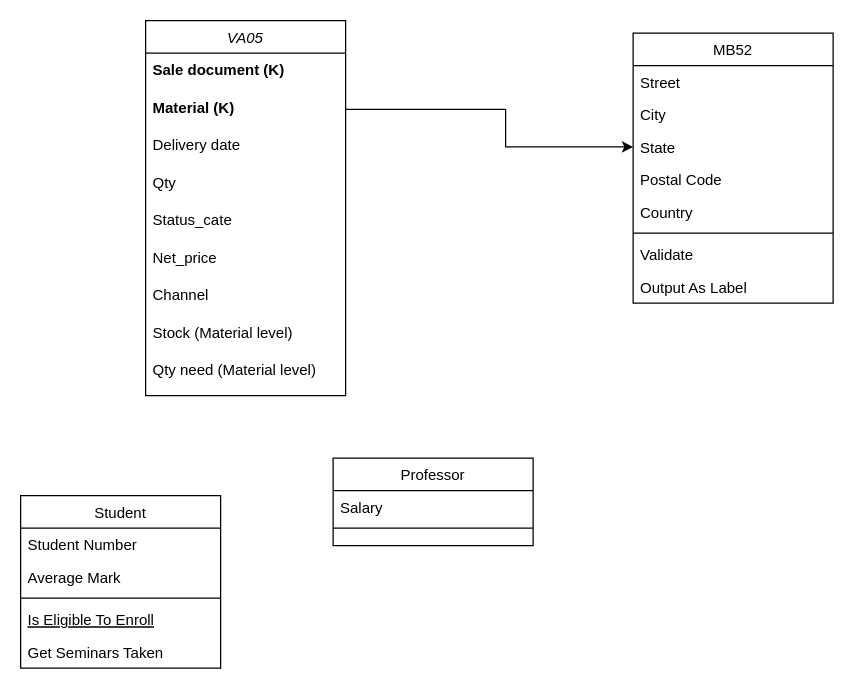
This is PowerBI/Fill Rate/Fillrate database relation.drawio from basic-produce/Data_Port, a draw.io file, before an edit. Source tidied: cells renumbered, new cells numbered last; positions are measured from the earlier drawing's top-left corner, leaving out a move shared by most shapes. Both pictures are drawn from the tidied source at 125%, with x=0, y=0 at pixel (20, 20).
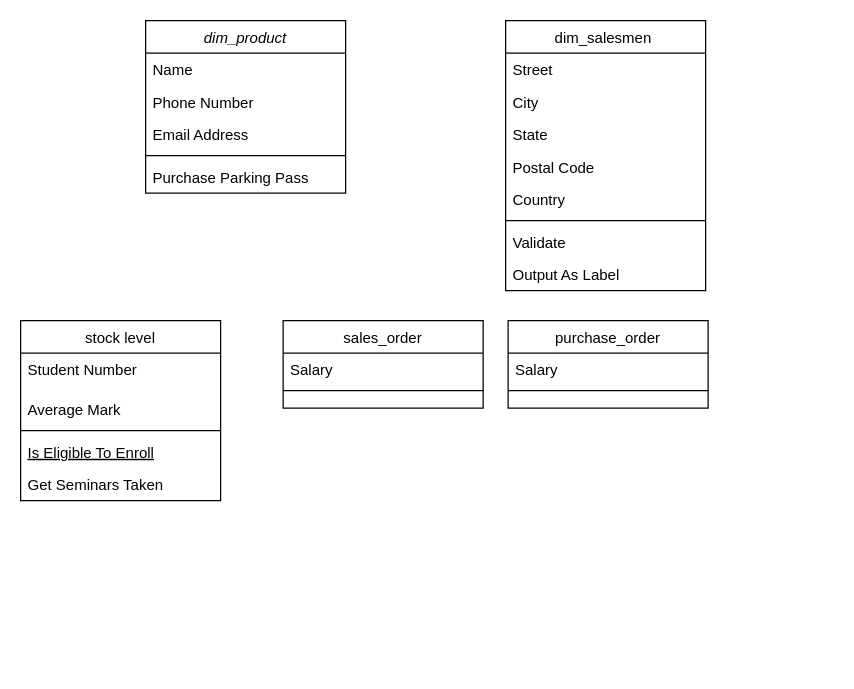
The same page after the edit.

Unchanged cells that the change refers to:
```xml
<mxCell id="24" value="State" style="text;align=left;verticalAlign=top;spacingLeft=4;spacingRight=4;overflow=hidden;points=[[0,0.5],[1,0.5]];portConstraint=eastwest;rounded=0;shadow=0;html=0;" parent="21" vertex="1">
  <mxGeometry y="78" width="160" height="26" as="geometry" />
</mxCell>
```

What changed in the source:
```diff
@@
-    <mxCell id="2" value="VA05" style="swimlane;fontStyle=2;align=center;verticalAlign=top;horizontal=1;startSize=26;rounded=0;shadow=0;strokeWidth=1;" parent="1" vertex="1">
-      <mxGeometry x="100" width="160" height="300" as="geometry" />
+    <mxCell id="2" value="dim_product" style="swimlane;fontStyle=2;align=center;verticalAlign=top;horizontal=1;startSize=26;rounded=0;shadow=0;strokeWidth=1;" parent="1" vertex="1">
+      <mxGeometry x="100" width="160" height="138" as="geometry" />
     </mxCell>
-    <mxCell id="3" value="Sale document (K)" style="text;align=left;verticalAlign=top;spacingLeft=4;spacingRight=4;overflow=hidden;labelBorderColor=none;flipV=1;fontStyle=1;" parent="2" vertex="1">
-      <mxGeometry y="26" width="160" height="30" as="geometry" />
+    <mxCell id="3" value="Name" style="text;align=left;verticalAlign=top;spacingLeft=4;spacingRight=4;overflow=hidden;" parent="2" vertex="1">
+      <mxGeometry y="26" width="160" height="26" as="geometry" />
     </mxCell>
+    <mxCell id="5" value="Phone Number" style="text;align=left;verticalAlign=top;spacingLeft=4;spacingRight=4;overflow=hidden;rounded=0;shadow=0;html=0;" parent="2" vertex="1">
+      <mxGeometry y="52" width="160" height="26" as="geometry" />
+    </mxCell>
-    <mxCell id="4" value="Material (K)" style="text;align=left;verticalAlign=top;spacingLeft=4;spacingRight=4;overflow=hidden;points=[[0,0.5],[1,0.5]];portConstraint=eastwest;rounded=0;shadow=0;html=0;labelBorderColor=none;flipV=1;fontStyle=1;" parent="2" vertex="1">
-      <mxGeometry y="56" width="160" height="30" as="geometry" />
+    <mxCell id="4" value="Email Address" style="text;align=left;verticalAlign=top;spacingLeft=4;spacingRight=4;overflow=hidden;points=[[0,0.5],[1,0.5]];portConstraint=eastwest;rounded=0;shadow=0;html=0;" parent="2" vertex="1">
+      <mxGeometry y="78" width="160" height="26" as="geometry" />
     </mxCell>
-    <mxCell id="5" value="Delivery date" style="text;align=left;verticalAlign=top;spacingLeft=4;spacingRight=4;overflow=hidden;rounded=0;shadow=0;html=0;labelBorderColor=none;flipV=1;" parent="2" vertex="1">
-      <mxGeometry y="86" width="160" height="30" as="geometry" />
-    </mxCell>
+    <mxCell id="31" style="line;html=1;strokeWidth=1;align=left;verticalAlign=middle;spacingTop=-1;spacingLeft=3;spacingRight=3;labelPosition=right;" parent="2" vertex="1">
+      <mxGeometry y="104" width="160" height="8" as="geometry" />
+    </mxCell>
-    <mxCell id="6" value="Qty" style="text;align=left;verticalAlign=top;spacingLeft=4;spacingRight=4;overflow=hidden;flipV=1;" parent="2" vertex="1">
-      <mxGeometry y="116" width="160" height="30" as="geometry" />
+    <mxCell id="6" value="Purchase Parking Pass" style="text;align=left;verticalAlign=top;spacingLeft=4;spacingRight=4;overflow=hidden;" parent="2" vertex="1">
+      <mxGeometry y="112" width="160" height="26" as="geometry" />
     </mxCell>
-    <mxCell id="7" value="Status_cate" style="text;align=left;verticalAlign=top;spacingLeft=4;spacingRight=4;overflow=hidden;flipV=1;" parent="2" vertex="1">
-      <mxGeometry y="146" width="160" height="30" as="geometry" />
-    </mxCell>
-    <mxCell id="8" value="Net_price" style="text;align=left;verticalAlign=top;spacingLeft=4;spacingRight=4;overflow=hidden;flipV=1;" parent="2" vertex="1">
-      <mxGeometry y="176" width="160" height="30" as="geometry" />
-    </mxCell>
-    <mxCell id="9" value="Channel" style="text;align=left;verticalAlign=top;spacingLeft=4;spacingRight=4;overflow=hidden;flipV=1;" parent="2" vertex="1">
-      <mxGeometry y="206" width="160" height="30" as="geometry" />
-    </mxCell>
-    <mxCell id="10" value="Stock (Material level)" style="text;align=left;verticalAlign=top;spacingLeft=4;spacingRight=4;overflow=hidden;flipV=1;" parent="2" vertex="1">
-      <mxGeometry y="236" width="160" height="30" as="geometry" />
-    </mxCell>
-    <mxCell id="11" value="Qty need (Material level)" style="text;align=left;verticalAlign=top;spacingLeft=4;spacingRight=4;overflow=hidden;flipV=1;" parent="2" vertex="1">
-      <mxGeometry y="266" width="160" height="30" as="geometry" />
-    </mxCell>
-    <mxCell id="12" value="Student" style="swimlane;fontStyle=0;align=center;verticalAlign=top;horizontal=1;startSize=26;rounded=0;shadow=0;strokeWidth=1;" parent="1" vertex="1">
-      <mxGeometry y="380" width="160" height="138" as="geometry" />
+    <mxCell id="12" value="stock level" style="swimlane;fontStyle=0;align=center;verticalAlign=top;horizontal=1;startSize=26;rounded=0;shadow=0;strokeWidth=1;" parent="1" vertex="1">
+      <mxGeometry y="240" width="160" height="144" as="geometry" />
     </mxCell>
     <mxCell id="13" value="Student Number" style="text;align=left;verticalAlign=top;spacingLeft=4;spacingRight=4;overflow=hidden;" parent="12" vertex="1">
-      <mxGeometry y="26" width="160" height="26" as="geometry" />
+      <mxGeometry y="26" width="160" height="32" as="geometry" />
     </mxCell>
     <mxCell id="14" value="Average Mark" style="text;align=left;verticalAlign=top;spacingLeft=4;spacingRight=4;overflow=hidden;rounded=0;shadow=0;html=0;" parent="12" vertex="1">
-      <mxGeometry y="52" width="160" height="26" as="geometry" />
+      <mxGeometry y="58" width="160" height="26" as="geometry" />
     </mxCell>
     <mxCell id="15" style="line;html=1;strokeWidth=1;align=left;verticalAlign=middle;spacingTop=-1;spacingLeft=3;spacingRight=3;labelPosition=right;" parent="12" vertex="1">
-      <mxGeometry y="78" width="160" height="8" as="geometry" />
+      <mxGeometry y="84" width="160" height="8" as="geometry" />
     </mxCell>
     <mxCell id="16" value="Is Eligible To Enroll" style="text;align=left;verticalAlign=top;spacingLeft=4;spacingRight=4;overflow=hidden;fontStyle=4;" parent="12" vertex="1">
-      <mxGeometry y="86" width="160" height="26" as="geometry" />
+      <mxGeometry y="92" width="160" height="26" as="geometry" />
     </mxCell>
     <mxCell id="17" value="Get Seminars Taken" style="text;align=left;verticalAlign=top;spacingLeft=4;spacingRight=4;overflow=hidden;" parent="12" vertex="1">
-      <mxGeometry y="112" width="160" height="26" as="geometry" />
+      <mxGeometry y="118" width="160" height="26" as="geometry" />
     </mxCell>
-    <mxCell id="18" value="Professor" style="swimlane;fontStyle=0;align=center;verticalAlign=top;horizontal=1;startSize=26;rounded=0;shadow=0;strokeWidth=1;" parent="1" vertex="1">
-      <mxGeometry x="250" y="350" width="160" height="70" as="geometry" />
+    <mxCell id="18" value="sales_order" style="swimlane;fontStyle=0;align=center;verticalAlign=top;horizontal=1;startSize=26;rounded=0;shadow=0;strokeWidth=1;" parent="1" vertex="1">
+      <mxGeometry x="210" y="240" width="160" height="70" as="geometry" />
     </mxCell>
@@
-    <mxCell id="21" value="MB52" style="swimlane;fontStyle=0;align=center;verticalAlign=top;horizontal=1;startSize=26;rounded=0;shadow=0;strokeWidth=1;" parent="1" vertex="1">
-      <mxGeometry x="490" y="10" width="160" height="216" as="geometry" />
+    <mxCell id="21" value="dim_salesmen " style="swimlane;fontStyle=0;align=center;verticalAlign=top;horizontal=1;startSize=26;rounded=0;shadow=0;strokeWidth=1;" parent="1" vertex="1">
+      <mxGeometry x="388" width="160" height="216" as="geometry" />
     </mxCell>
@@
-    <mxCell id="30" style="edgeStyle=orthogonalEdgeStyle;rounded=0;jettySize=auto;html=1;exitX=1;exitY=0.5;exitDx=0;exitDy=0;entryX=0;entryY=0.5;entryDx=0;entryDy=0;" parent="1" edge="1" source="4" target="24">
-      <mxGeometry relative="1" as="geometry">
-        <Array as="points">
-          <mxPoint x="388" y="101" />
-        </Array>
-      </mxGeometry>
-    </mxCell>
+    <mxCell id="32" value="purchase_order" style="swimlane;fontStyle=0;align=center;verticalAlign=top;horizontal=1;startSize=26;rounded=0;shadow=0;strokeWidth=1;" parent="1" vertex="1">
+      <mxGeometry x="390" y="240" width="160" height="70" as="geometry" />
+    </mxCell>
+    <mxCell id="33" value="Salary" style="text;align=left;verticalAlign=top;spacingLeft=4;spacingRight=4;overflow=hidden;" parent="32" vertex="1">
+      <mxGeometry y="26" width="160" height="26" as="geometry" />
+    </mxCell>
+    <mxCell id="34" style="line;html=1;strokeWidth=1;align=left;verticalAlign=middle;spacingTop=-1;spacingLeft=3;spacingRight=3;labelPosition=right;" parent="32" vertex="1">
+      <mxGeometry y="52" width="160" height="8" as="geometry" />
+    </mxCell>
```
